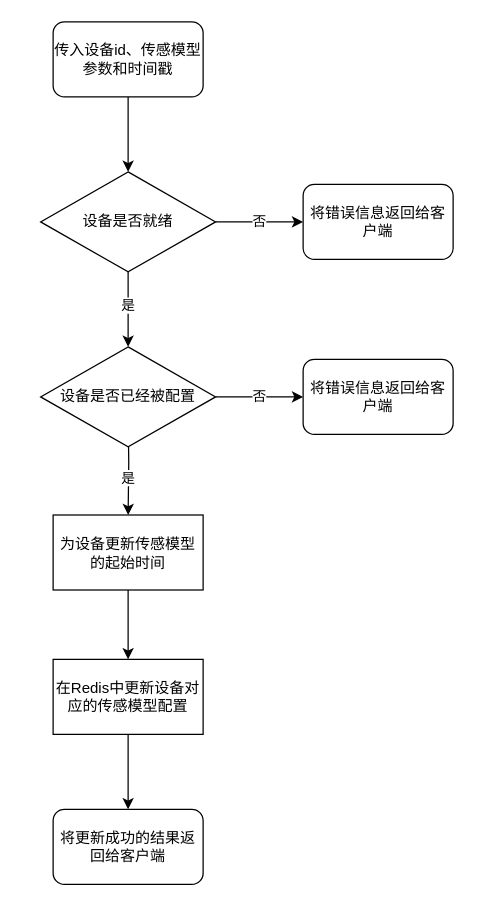
The draw.io diagram vs/Copy of updateDeviceConfig.drawio in Placeboy/FakeHub, before the edit. Source tidied: cells renumbered, new cells numbered last; positions are measured from the earlier drawing's top-left corner, leaving out a move shared by most shapes. Both pictures are drawn from the tidied source at 125%, with x=0, y=0 at pixel (40, 21).
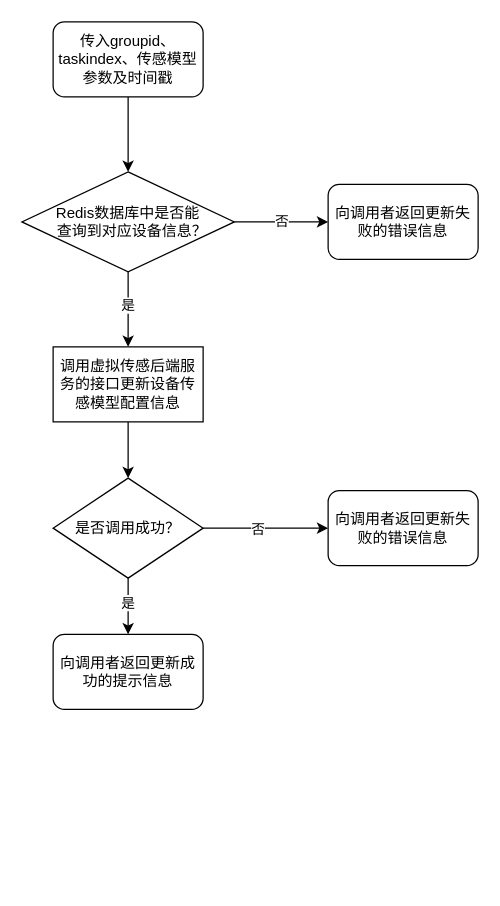
Above is the later version.

Change to the diagram source:
```diff
@@
-    <mxCell id="3" value="传入设备id、传感模型参数和时间戳" style="rounded=1;whiteSpace=wrap;html=1;" parent="1" vertex="1">
+    <mxCell id="3" value="传入groupid、taskindex、传感模型参数及时间戳" style="rounded=1;whiteSpace=wrap;html=1;" parent="1" vertex="1">
       <mxGeometry x="10" width="120" height="60" as="geometry" />
     </mxCell>
@@
-    <mxCell id="5" style="edgeStyle=orthogonalEdgeStyle;rounded=0;jettySize=auto;html=1;entryX=0.5;entryY=0;entryDx=0;entryDy=0;" parent="1" edge="1" source="7" target="16">
-      <mxGeometry relative="1" as="geometry" />
+    <mxCell id="5" style="edgeStyle=orthogonalEdgeStyle;rounded=0;jettySize=auto;html=1;entryX=0.5;entryY=0;entryDx=0;entryDy=0;" parent="1" edge="1" source="7">
+      <mxGeometry relative="1" as="geometry">
+        <mxPoint x="70" y="260" as="targetPoint" />
+      </mxGeometry>
     </mxCell>
@@
-    <mxCell id="7" value="设备是否就绪" style="rhombus;whiteSpace=wrap;html=1;" parent="1" vertex="1">
-      <mxGeometry y="120" width="140" height="80" as="geometry" />
+    <mxCell id="7" value="Redis数据库中是否能&lt;br&gt;&amp;nbsp; 查询到对应设备信息？" style="rhombus;whiteSpace=wrap;html=1;" parent="1" vertex="1">
+      <mxGeometry x="-15" y="120" width="170" height="80" as="geometry" />
     </mxCell>
-    <mxCell id="8" style="edgeStyle=orthogonalEdgeStyle;rounded=0;jettySize=auto;html=1;exitX=0.5;exitY=1;exitDx=0;exitDy=0;" parent="1" edge="1" target="11">
-      <mxGeometry relative="1" as="geometry">
-        <mxPoint x="70" y="310" as="sourcePoint" />
-      </mxGeometry>
-    </mxCell>
+    <mxCell id="20" style="edgeStyle=orthogonalEdgeStyle;rounded=0;jettySize=auto;html=1;entryX=0.5;entryY=0;entryDx=0;entryDy=0;" parent="1" edge="1" source="11" target="25">
+      <mxGeometry relative="1" as="geometry" />
+    </mxCell>
+    <mxCell id="11" value="调用虚拟传感后端服务的接口更新设备传感模型配置信息" style="rounded=0;whiteSpace=wrap;html=1;" parent="1" vertex="1">
+      <mxGeometry x="10" y="260" width="120" height="60" as="geometry" />
+    </mxCell>
+    <mxCell id="13" value="向调用者返回更新失败的错误信息" style="rounded=1;whiteSpace=wrap;html=1;" parent="1" vertex="1">
+      <mxGeometry x="230" y="130" width="120" height="60" as="geometry" />
+    </mxCell>
+    <mxCell id="21" value="向调用者返回更新成功的提示信息" style="rounded=1;whiteSpace=wrap;html=1;" parent="1" vertex="1">
+      <mxGeometry x="10" y="490" width="120" height="60" as="geometry" />
+    </mxCell>
+    <mxCell id="22" value="向调用者返回更新失败的错误信息" style="rounded=1;whiteSpace=wrap;html=1;" parent="1" vertex="1">
+      <mxGeometry x="230" y="375" width="120" height="60" as="geometry" />
+    </mxCell>
+    <mxCell id="23" style="edgeStyle=orthogonalEdgeStyle;rounded=0;jettySize=auto;html=1;entryX=0;entryY=0.5;entryDx=0;entryDy=0;" parent="1" edge="1" source="25" target="22">
+      <mxGeometry relative="1" as="geometry" />
+    </mxCell>
+    <mxCell id="15" value="否" style="edgeLabel;html=1;align=center;verticalAlign=middle;" parent="23" vertex="1">
+      <mxGeometry x="-0.15" relative="1" as="geometry" />
+    </mxCell>
+    <mxCell id="24" style="edgeStyle=orthogonalEdgeStyle;rounded=0;jettySize=auto;html=1;entryX=0.5;entryY=0;entryDx=0;entryDy=0;" parent="1" edge="1" source="25" target="21">
+      <mxGeometry relative="1" as="geometry" />
+    </mxCell>
-    <mxCell id="9" value="是" style="edgeLabel;html=1;align=center;verticalAlign=middle;" parent="8" vertex="1">
-      <mxGeometry x="0.3" y="-1" relative="1" as="geometry" />
+    <mxCell id="9" value="是" style="edgeLabel;html=1;align=center;verticalAlign=middle;" parent="24" vertex="1">
+      <mxGeometry x="-0.16" y="-1" relative="1" as="geometry" />
     </mxCell>
-    <mxCell id="10" style="edgeStyle=orthogonalEdgeStyle;rounded=0;jettySize=auto;html=1;" parent="1" edge="1" source="11" target="19">
-      <mxGeometry relative="1" as="geometry" />
-    </mxCell>
-    <mxCell id="11" value="为设备更新传感模型的起始时间" style="rounded=0;whiteSpace=wrap;html=1;" parent="1" vertex="1">
-      <mxGeometry x="10" y="394.5" width="120" height="60" as="geometry" />
-    </mxCell>
-    <mxCell id="12" value="将更新成功的结果返回给客户端" style="rounded=1;whiteSpace=wrap;html=1;" parent="1" vertex="1">
-      <mxGeometry x="10" y="630" width="120" height="60" as="geometry" />
-    </mxCell>
-    <mxCell id="13" value="将错误信息返回给客户端" style="rounded=1;whiteSpace=wrap;html=1;" parent="1" vertex="1">
-      <mxGeometry x="210" y="130" width="120" height="60" as="geometry" />
-    </mxCell>
-    <mxCell id="14" style="edgeStyle=orthogonalEdgeStyle;rounded=0;jettySize=auto;html=1;exitX=1;exitY=0.5;exitDx=0;exitDy=0;" parent="1" edge="1" source="16" target="17">
-      <mxGeometry relative="1" as="geometry" />
-    </mxCell>
-    <mxCell id="15" value="否" style="edgeLabel;html=1;align=center;verticalAlign=middle;" parent="14" vertex="1">
-      <mxGeometry x="-0.02" y="1" relative="1" as="geometry" />
-    </mxCell>
-    <mxCell id="16" value="设备是否已经被配置" style="rhombus;whiteSpace=wrap;html=1;" parent="1" vertex="1">
-      <mxGeometry y="260" width="140" height="80" as="geometry" />
-    </mxCell>
-    <mxCell id="17" value="将错误信息返回给客户端" style="rounded=1;whiteSpace=wrap;html=1;" parent="1" vertex="1">
-      <mxGeometry x="210" y="270" width="120" height="60" as="geometry" />
-    </mxCell>
-    <mxCell id="18" style="edgeStyle=orthogonalEdgeStyle;rounded=0;jettySize=auto;html=1;entryX=0.5;entryY=0;entryDx=0;entryDy=0;" parent="1" edge="1" source="19" target="12">
-      <mxGeometry relative="1" as="geometry" />
-    </mxCell>
-    <mxCell id="19" value="在Redis中更新设备对应的传感模型配置" style="rounded=0;whiteSpace=wrap;html=1;" parent="1" vertex="1">
-      <mxGeometry x="10" y="510" width="120" height="60" as="geometry" />
-    </mxCell>
+    <mxCell id="25" value="是否调用成功？" style="rhombus;whiteSpace=wrap;html=1;" parent="1" vertex="1">
+      <mxGeometry x="10" y="365" width="120" height="80" as="geometry" />
+    </mxCell>
```
